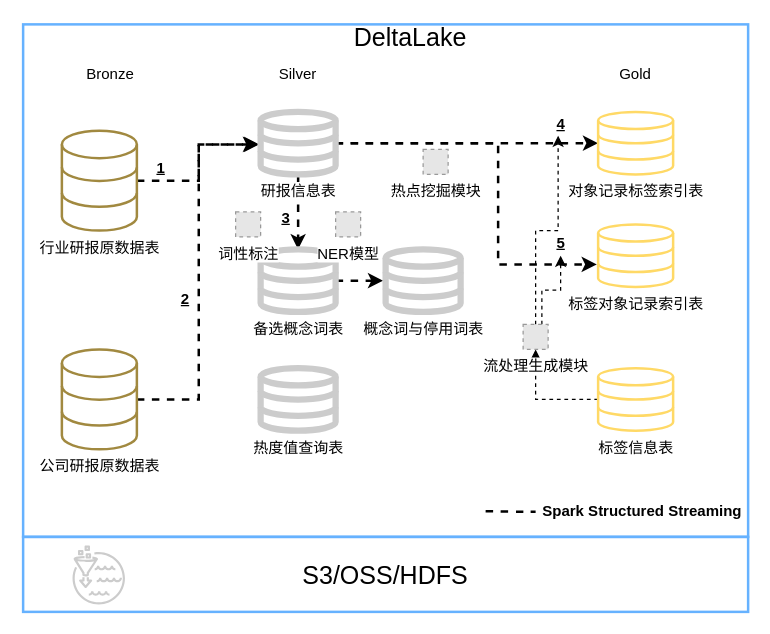
Earlier version of the draw.io diagram tupian/三层表.drawio (JJFatherL/biyesheji). Source tidied: cells renumbered, new cells numbered last; positions are measured from the earlier drawing's top-left corner, leaving out a move shared by most shapes. Both pictures are drawn from the tidied source at 125%, with x=0, y=0 at pixel (22, 24). Pictures stored in the file or linked from it are replaced by grey dashed boxes.
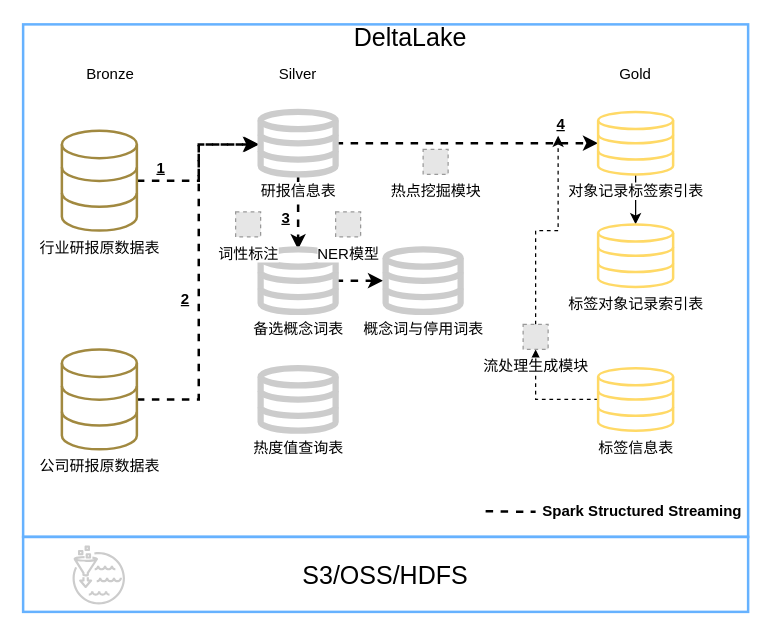
The same page after the edit.

Commit message:
更新三层表.drawio

Unchanged cells that the change refers to:
```xml
<mxCell id="18" value="研报信息表" style="html=1;verticalLabelPosition=bottom;align=center;labelBackgroundColor=#ffffff;verticalAlign=top;strokeWidth=5;shadow=0;shape=mxgraph.ios7.icons.data;strokeColor=#CCCCCC;" parent="1" vertex="1">
  <mxGeometry x="190" y="70" width="60" height="50" as="geometry" />
</mxCell>
<mxCell id="19" value="对象记录标签索引表" style="html=1;verticalLabelPosition=bottom;align=center;labelBackgroundColor=#ffffff;verticalAlign=top;strokeWidth=2;shadow=0;shape=mxgraph.ios7.icons.data;strokeColor=#FFD966;" parent="1" vertex="1">
  <mxGeometry x="460" y="70" width="60" height="50" as="geometry" />
</mxCell>
<mxCell id="32" value="标签对象记录索引表" style="html=1;verticalLabelPosition=bottom;align=center;labelBackgroundColor=#ffffff;verticalAlign=top;strokeWidth=2;shadow=0;shape=mxgraph.ios7.icons.data;strokeColor=#FFD966;" parent="1" vertex="1">
  <mxGeometry x="460" y="160" width="60" height="50" as="geometry" />
</mxCell>
<mxCell id="38" value="流处理生成模块" style="fillColor=#E6E6E6;strokeColor=#999999;dashed=1;html=1;verticalAlign=top;verticalLabelPosition=bottom;labelBackgroundColor=#ffffff;" parent="1" vertex="1">
  <mxGeometry x="400" y="240" width="20" height="20" as="geometry" />
</mxCell>
```

Diff of the diagram source:
```diff
@@
-    <mxCell id="17" style="edgeStyle=orthogonalEdgeStyle;rounded=0;jettySize=auto;html=1;entryX=-0.017;entryY=0.64;entryDx=0;entryDy=0;entryPerimeter=0;dashed=1;strokeWidth=2;" parent="1" edge="1" source="18" target="32">
-      <mxGeometry relative="1" as="geometry">
-        <Array as="points">
-          <mxPoint x="380" y="95" />
-          <mxPoint x="380" y="192" />
-        </Array>
-      </mxGeometry>
-    </mxCell>
@@
+    <mxCell id="39" style="edgeStyle=orthogonalEdgeStyle;rounded=0;jettySize=auto;html=1;fontSize=14;" parent="1" edge="1" source="19" target="32">
+      <mxGeometry relative="1" as="geometry" />
+    </mxCell>
@@
-    <mxCell id="35" value="&lt;b&gt;&lt;u&gt;5&lt;/u&gt;&lt;/b&gt;" style="text;html=1;align=center;verticalAlign=middle;points=[];strokeColor=none;fillColor=none;" parent="1" vertex="1">
-      <mxGeometry x="420" y="165" width="20" height="20" as="geometry" />
-    </mxCell>
@@
-    <mxCell id="37" style="edgeStyle=orthogonalEdgeStyle;rounded=0;jettySize=auto;html=1;exitX=0.75;exitY=0;exitDx=0;exitDy=0;dashed=1;strokeWidth=1;" parent="1" edge="1" source="38" target="35">
-      <mxGeometry relative="1" as="geometry" />
-    </mxCell>
```
